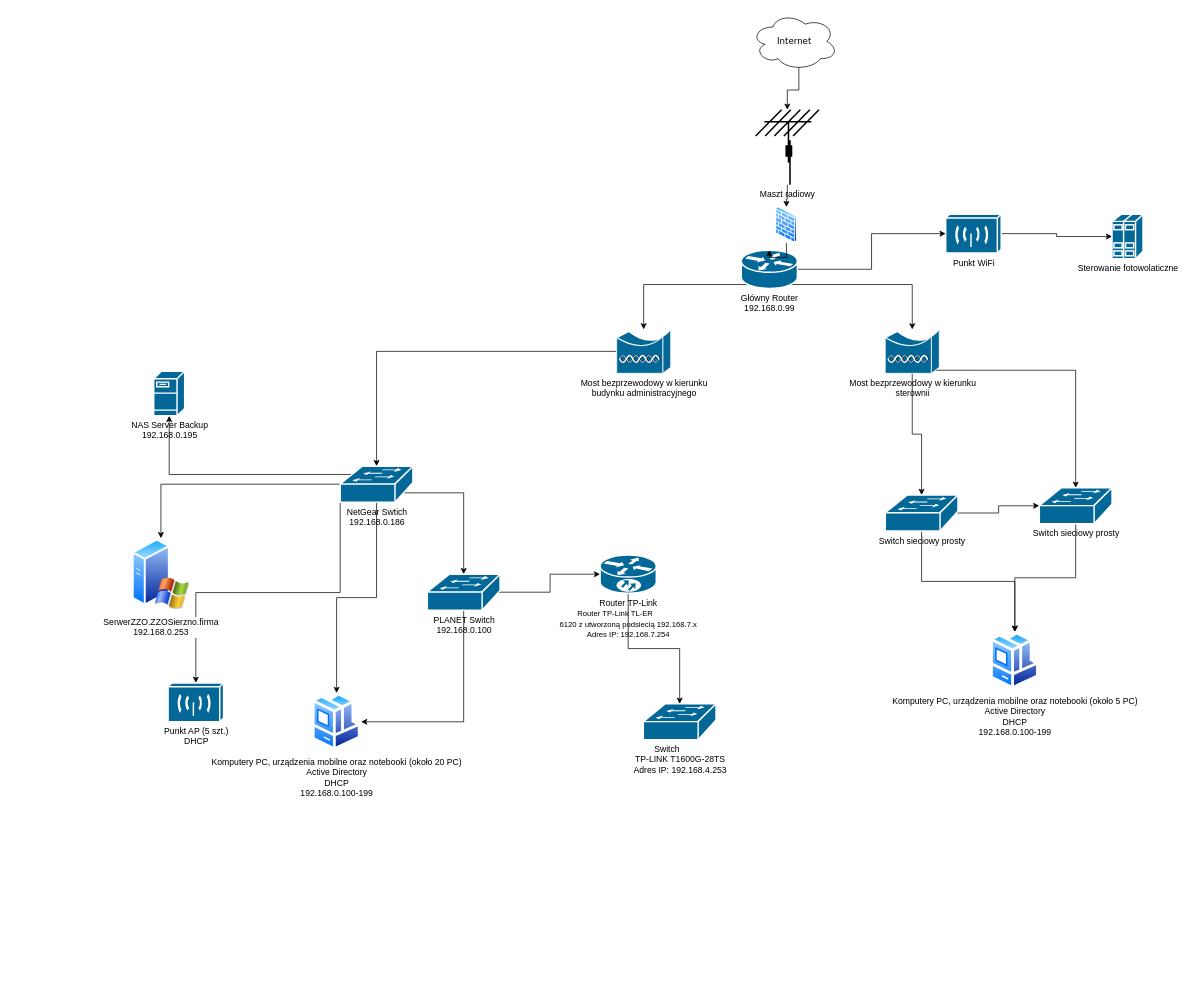
This is Untitled Diagram.drawio from chrzanekz/SysAdmin, a draw.io file, before an edit. Source tidied: cells renumbered, new cells numbered last; positions are measured from the earlier drawing's top-left corner, leaving out a move shared by most shapes. Both pictures are drawn from the tidied source at 72%, with x=0, y=0 at pixel (132, 12).
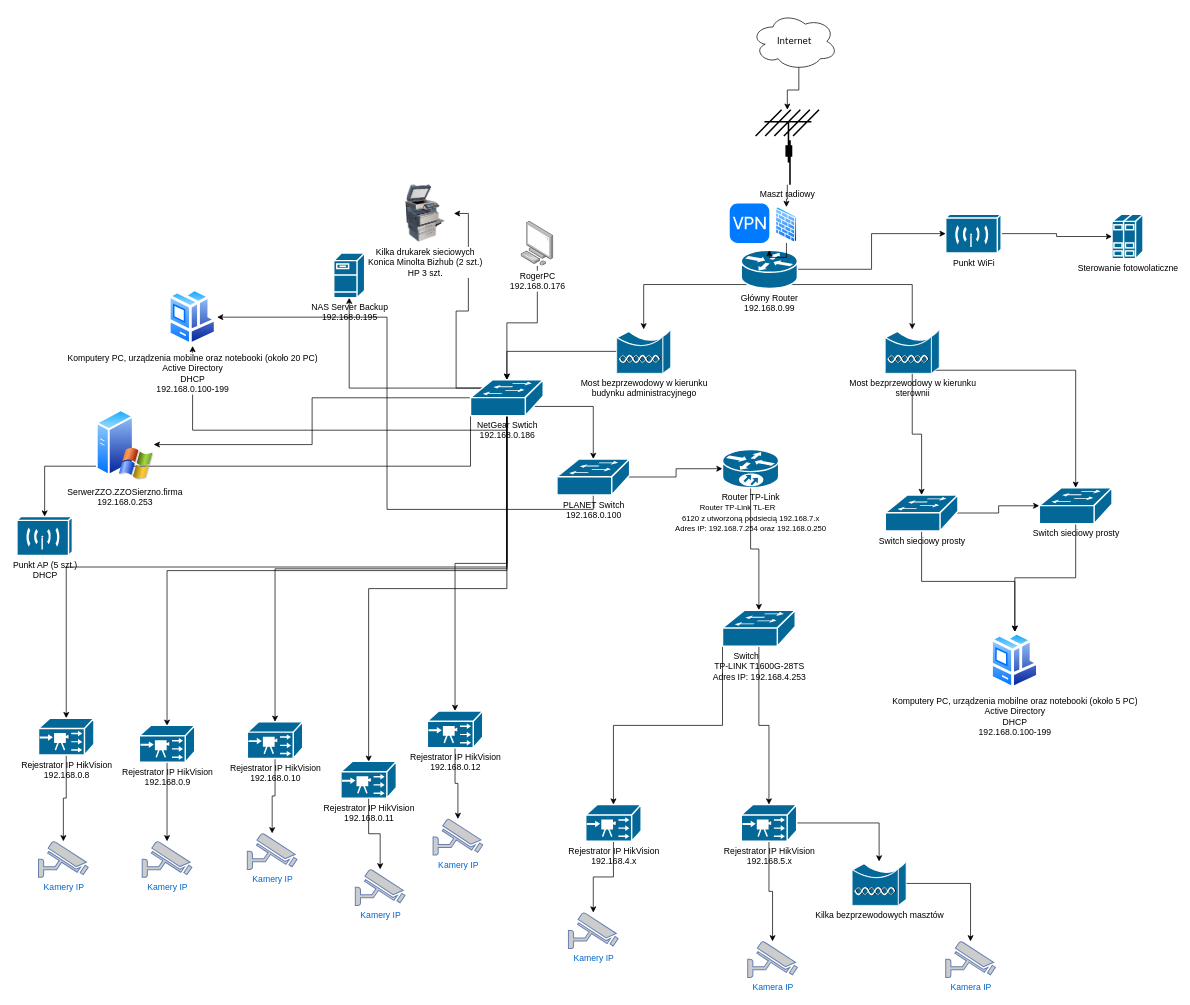
After the change.

Change to the diagram source:
```diff
@@
+    <mxCell id="42" style="edgeStyle=orthogonalEdgeStyle;rounded=0;jettySize=auto;html=1;exitX=0.5;exitY=0.98;exitDx=0;exitDy=0;exitPerimeter=0;" parent="1" edge="1" source="20" target="58">
+      <mxGeometry relative="1" as="geometry" />
+    </mxCell>
+    <mxCell id="43" style="edgeStyle=orthogonalEdgeStyle;rounded=0;jettySize=auto;html=1;exitX=0.5;exitY=0.98;exitDx=0;exitDy=0;exitPerimeter=0;entryX=0.5;entryY=0.01;entryDx=0;entryDy=0;entryPerimeter=0;" parent="1" edge="1" source="20" target="60">
+      <mxGeometry relative="1" as="geometry" />
+    </mxCell>
+    <mxCell id="44" style="edgeStyle=orthogonalEdgeStyle;rounded=0;jettySize=auto;html=1;exitX=0.5;exitY=0.98;exitDx=0;exitDy=0;exitPerimeter=0;" parent="1" edge="1" source="20" target="62">
+      <mxGeometry relative="1" as="geometry" />
+    </mxCell>
+    <mxCell id="45" style="edgeStyle=orthogonalEdgeStyle;rounded=0;jettySize=auto;html=1;exitX=0.5;exitY=0.98;exitDx=0;exitDy=0;exitPerimeter=0;entryX=0.5;entryY=0.01;entryDx=0;entryDy=0;entryPerimeter=0;" parent="1" edge="1" source="20" target="64">
+      <mxGeometry relative="1" as="geometry" />
+    </mxCell>
+    <mxCell id="46" style="edgeStyle=orthogonalEdgeStyle;rounded=0;jettySize=auto;html=1;exitX=0.5;exitY=0.98;exitDx=0;exitDy=0;exitPerimeter=0;" parent="1" edge="1" source="20" target="66">
+      <mxGeometry relative="1" as="geometry" />
+    </mxCell>
+    <mxCell id="47" style="edgeStyle=orthogonalEdgeStyle;rounded=0;jettySize=auto;html=1;exitX=0.16;exitY=0.23;exitDx=0;exitDy=0;exitPerimeter=0;entryX=1;entryY=0.5;entryDx=0;entryDy=0;" parent="1" edge="1" source="20" target="76">
+      <mxGeometry relative="1" as="geometry" />
+    </mxCell>
     <mxCell id="20" value="NetGear Swtich&lt;br&gt;192.168.0.186" style="shape=mxgraph.cisco.switches.workgroup_switch;sketch=0;html=1;dashed=0;fillColor=#036897;strokeColor=#ffffff;strokeWidth=2;verticalLabelPosition=bottom;verticalAlign=top;align=center;outlineConnect=0;" parent="1" vertex="1">
-      <mxGeometry x="289" y="630" width="101" height="50" as="geometry" />
+      <mxGeometry x="470" y="510" width="101" height="50" as="geometry" />
     </mxCell>
@@
     <mxCell id="23" value="PLANET Switch&lt;br&gt;192.168.0.100" style="shape=mxgraph.cisco.switches.workgroup_switch;sketch=0;html=1;dashed=0;fillColor=#036897;strokeColor=#ffffff;strokeWidth=2;verticalLabelPosition=bottom;verticalAlign=top;align=center;outlineConnect=0;" parent="1" vertex="1">
-      <mxGeometry x="410" y="780" width="101" height="50" as="geometry" />
+      <mxGeometry x="590" y="620" width="101" height="50" as="geometry" />
     </mxCell>
@@
     <mxCell id="29" value="SerwerZZO.ZZOSierzno.firma&lt;br&gt;192.168.0.253" style="image;perimeter=ellipsePerimeter;html=1;align=center;shadow=0;dashed=0;spacingTop=3;image=img/lib/active_directory/windows_server_2.svg;" parent="1" vertex="1">
-      <mxGeometry y="730" width="80" height="100" as="geometry" />
+      <mxGeometry x="-50" y="550" width="80" height="100" as="geometry" />
     </mxCell>
     <mxCell id="30" value="Komputery PC, urządzenia mobilne oraz notebooki (około 20 PC)&lt;br&gt;Active Directory&lt;br&gt;DHCP&lt;br&gt;192.168.0.100-199" style="image;perimeter=ellipsePerimeter;html=1;align=center;shadow=0;dashed=0;spacingTop=3;image=img/lib/active_directory/workstation_client.svg;" parent="1" vertex="1">
-      <mxGeometry x="250" y="945" width="68" height="80" as="geometry" />
+      <mxGeometry x="50" y="383" width="68" height="80" as="geometry" />
     </mxCell>
@@
     <mxCell id="35" value="NAS Server Backup&lt;br&gt;192.168.0.195" style="shape=mxgraph.cisco.servers.fileserver;sketch=0;html=1;dashed=0;fillColor=#036897;strokeColor=#ffffff;strokeWidth=2;verticalLabelPosition=bottom;verticalAlign=top;align=center;outlineConnect=0;" parent="1" vertex="1">
-      <mxGeometry x="30" y="498" width="43" height="62" as="geometry" />
+      <mxGeometry x="280" y="334" width="43" height="62" as="geometry" />
     </mxCell>
@@
-    <mxCell id="37" value="Router TP-Link&lt;br&gt;&lt;div style=&quot;language:pl;margin-top:0pt;margin-bottom:0pt;margin-left:&lt;br/&gt;.38in;text-indent:-.38in&quot; class=&quot;O0&quot;&gt;&lt;span style=&quot;font-size: 8pt; font-family: Calibri;&quot;&gt;Router TP-Link TL-ER&lt;br&gt;6120 z utworzoną podsiecią 192.168.7.x&lt;br&gt;&lt;/span&gt;&lt;span style=&quot;font-family: Calibri; font-size: 8pt; text-indent: -0.38in; background-color: initial;&quot;&gt;Adres IP: 192.168.7.254&lt;/span&gt;&lt;span style=&quot;font-size: 8pt; font-family: Calibri;&quot;&gt;&lt;br&gt;&lt;/span&gt;&lt;/div&gt;" style="shape=mxgraph.cisco.routers.10700;sketch=0;html=1;dashed=0;fillColor=#036897;strokeColor=#ffffff;strokeWidth=2;verticalLabelPosition=bottom;verticalAlign=top;align=center;outlineConnect=0;" parent="1" vertex="1">
-      <mxGeometry x="650" y="753.5" width="78" height="53" as="geometry" />
+    <mxCell id="37" value="Router TP-Link&lt;br&gt;&lt;div style=&quot;language:pl;margin-top:0pt;margin-bottom:0pt;margin-left:&lt;br/&gt;.38in;text-indent:-.38in&quot; class=&quot;O0&quot;&gt;&lt;span style=&quot;font-size: 8pt; font-family: Calibri;&quot;&gt;Router TP-Link TL-ER&lt;br&gt;6120 z utworzoną podsiecią 192.168.7.x&lt;br&gt;&lt;/span&gt;&lt;span style=&quot;font-family: Calibri; font-size: 8pt; text-indent: -0.38in; background-color: initial;&quot;&gt;Adres IP: 192.168.7.254 oraz 192.168.0.250&lt;/span&gt;&lt;span style=&quot;font-size: 8pt; font-family: Calibri;&quot;&gt;&lt;br&gt;&lt;/span&gt;&lt;/div&gt;" style="shape=mxgraph.cisco.routers.10700;sketch=0;html=1;dashed=0;fillColor=#036897;strokeColor=#ffffff;strokeWidth=2;verticalLabelPosition=bottom;verticalAlign=top;align=center;outlineConnect=0;" parent="1" vertex="1">
+      <mxGeometry x="820" y="607" width="78" height="53" as="geometry" />
     </mxCell>
+    <mxCell id="48" style="edgeStyle=orthogonalEdgeStyle;rounded=0;jettySize=auto;html=1;exitX=0;exitY=0.98;exitDx=0;exitDy=0;exitPerimeter=0;" parent="1" edge="1" source="38" target="51">
+      <mxGeometry relative="1" as="geometry" />
+    </mxCell>
+    <mxCell id="49" style="edgeStyle=orthogonalEdgeStyle;rounded=0;jettySize=auto;html=1;exitX=0.5;exitY=0.98;exitDx=0;exitDy=0;exitPerimeter=0;" parent="1" edge="1" source="38" target="54">
+      <mxGeometry relative="1" as="geometry" />
+    </mxCell>
     <mxCell id="38" value="&lt;div style=&quot;language:pl;margin-top:0pt;margin-bottom:0pt;margin-left:&lt;br/&gt;.38in;text-indent:-.38in&quot; class=&quot;O0&quot;&gt;Switch&lt;br&gt;TP-LINK T1600G-28TS&lt;br&gt;Adres IP: 192.168.4.253&lt;/div&gt;" style="shape=mxgraph.cisco.switches.workgroup_switch;sketch=0;html=1;dashed=0;fillColor=#036897;strokeColor=#ffffff;strokeWidth=2;verticalLabelPosition=bottom;verticalAlign=top;align=center;outlineConnect=0;" parent="1" vertex="1">
-      <mxGeometry x="710" y="960" width="101" height="50" as="geometry" />
+      <mxGeometry x="820" y="830" width="101" height="50" as="geometry" />
     </mxCell>
     <mxCell id="39" value="Punkt AP (5 szt.)&lt;br&gt;DHCP" style="shape=mxgraph.cisco.wireless.wireless_transport;sketch=0;html=1;dashed=0;fillColor=#036897;strokeColor=#ffffff;strokeWidth=2;verticalLabelPosition=bottom;verticalAlign=top;align=center;outlineConnect=0;" parent="1" vertex="1">
-      <mxGeometry x="50" y="931" width="77" height="54" as="geometry" />
+      <mxGeometry x="-160" y="700" width="77" height="54" as="geometry" />
     </mxCell>
@@
+    <mxCell id="50" style="edgeStyle=orthogonalEdgeStyle;rounded=0;jettySize=auto;html=1;" parent="1" edge="1" source="51" target="55">
+      <mxGeometry relative="1" as="geometry" />
+    </mxCell>
+    <mxCell id="51" value="Rejestrator IP HikVision&lt;br&gt;192.168.4.x" style="shape=mxgraph.cisco.servers.iptv_server;sketch=0;html=1;dashed=0;fillColor=#036897;strokeColor=#ffffff;strokeWidth=2;verticalLabelPosition=bottom;verticalAlign=top;align=center;outlineConnect=0;" parent="1" vertex="1">
+      <mxGeometry x="630" y="1100" width="77" height="51" as="geometry" />
+    </mxCell>
+    <mxCell id="52" style="edgeStyle=orthogonalEdgeStyle;rounded=0;jettySize=auto;html=1;" parent="1" edge="1" source="54" target="56">
+      <mxGeometry relative="1" as="geometry" />
+    </mxCell>
+    <mxCell id="53" style="edgeStyle=orthogonalEdgeStyle;rounded=0;jettySize=auto;html=1;exitX=1;exitY=0.5;exitDx=0;exitDy=0;exitPerimeter=0;" parent="1" edge="1" source="54" target="73">
+      <mxGeometry relative="1" as="geometry" />
+    </mxCell>
+    <mxCell id="54" value="Rejestrator IP HikVision&lt;br&gt;192.168.5.x&lt;br&gt;" style="shape=mxgraph.cisco.servers.iptv_server;sketch=0;html=1;dashed=0;fillColor=#036897;strokeColor=#ffffff;strokeWidth=2;verticalLabelPosition=bottom;verticalAlign=top;align=center;outlineConnect=0;" parent="1" vertex="1">
+      <mxGeometry x="846" y="1100" width="77" height="51" as="geometry" />
+    </mxCell>
+    <mxCell id="55" value="Kamery IP" style="fontColor=#0066CC;verticalAlign=top;verticalLabelPosition=bottom;labelPosition=center;align=center;html=1;outlineConnect=0;fillColor=#CCCCCC;strokeColor=#6881B3;gradientColor=none;gradientDirection=north;strokeWidth=2;shape=mxgraph.networks.security_camera;" parent="1" vertex="1">
+      <mxGeometry x="606" y="1250" width="69" height="50" as="geometry" />
+    </mxCell>
+    <mxCell id="56" value="Kamera IP&lt;br&gt;" style="fontColor=#0066CC;verticalAlign=top;verticalLabelPosition=bottom;labelPosition=center;align=center;html=1;outlineConnect=0;fillColor=#CCCCCC;strokeColor=#6881B3;gradientColor=none;gradientDirection=north;strokeWidth=2;shape=mxgraph.networks.security_camera;" parent="1" vertex="1">
+      <mxGeometry x="855" y="1290" width="69" height="50" as="geometry" />
+    </mxCell>
+    <mxCell id="57" style="edgeStyle=orthogonalEdgeStyle;rounded=0;jettySize=auto;html=1;" parent="1" edge="1" source="58" target="67">
+      <mxGeometry relative="1" as="geometry" />
+    </mxCell>
+    <mxCell id="58" value="Rejestrator IP HikVision&lt;br&gt;192.168.0.8" style="shape=mxgraph.cisco.servers.iptv_server;sketch=0;html=1;dashed=0;fillColor=#036897;strokeColor=#ffffff;strokeWidth=2;verticalLabelPosition=bottom;verticalAlign=top;align=center;outlineConnect=0;" parent="1" vertex="1">
+      <mxGeometry x="-130" y="980" width="77" height="51" as="geometry" />
+    </mxCell>
+    <mxCell id="59" style="edgeStyle=orthogonalEdgeStyle;rounded=0;jettySize=auto;html=1;" parent="1" edge="1" source="60" target="68">
+      <mxGeometry relative="1" as="geometry" />
+    </mxCell>
+    <mxCell id="60" value="Rejestrator IP HikVision&lt;br&gt;192.168.0.9" style="shape=mxgraph.cisco.servers.iptv_server;sketch=0;html=1;dashed=0;fillColor=#036897;strokeColor=#ffffff;strokeWidth=2;verticalLabelPosition=bottom;verticalAlign=top;align=center;outlineConnect=0;" parent="1" vertex="1">
+      <mxGeometry x="10" y="990" width="77" height="51" as="geometry" />
+    </mxCell>
+    <mxCell id="61" style="edgeStyle=orthogonalEdgeStyle;rounded=0;jettySize=auto;html=1;" parent="1" edge="1" source="62" target="69">
+      <mxGeometry relative="1" as="geometry" />
+    </mxCell>
+    <mxCell id="62" value="Rejestrator IP HikVision&lt;br&gt;192.168.0.10" style="shape=mxgraph.cisco.servers.iptv_server;sketch=0;html=1;dashed=0;fillColor=#036897;strokeColor=#ffffff;strokeWidth=2;verticalLabelPosition=bottom;verticalAlign=top;align=center;outlineConnect=0;" parent="1" vertex="1">
+      <mxGeometry x="160" y="985" width="77" height="51" as="geometry" />
+    </mxCell>
+    <mxCell id="63" style="edgeStyle=orthogonalEdgeStyle;rounded=0;jettySize=auto;html=1;" parent="1" edge="1" source="64" target="70">
+      <mxGeometry relative="1" as="geometry" />
+    </mxCell>
+    <mxCell id="64" value="Rejestrator IP HikVision&lt;br&gt;192.168.0.11" style="shape=mxgraph.cisco.servers.iptv_server;sketch=0;html=1;dashed=0;fillColor=#036897;strokeColor=#ffffff;strokeWidth=2;verticalLabelPosition=bottom;verticalAlign=top;align=center;outlineConnect=0;" parent="1" vertex="1">
+      <mxGeometry x="290" y="1040" width="77" height="51" as="geometry" />
+    </mxCell>
+    <mxCell id="65" style="edgeStyle=orthogonalEdgeStyle;rounded=0;jettySize=auto;html=1;" parent="1" edge="1" source="66" target="71">
+      <mxGeometry relative="1" as="geometry" />
+    </mxCell>
+    <mxCell id="66" value="Rejestrator IP HikVision&lt;br&gt;192.168.0.12" style="shape=mxgraph.cisco.servers.iptv_server;sketch=0;html=1;dashed=0;fillColor=#036897;strokeColor=#ffffff;strokeWidth=2;verticalLabelPosition=bottom;verticalAlign=top;align=center;outlineConnect=0;" parent="1" vertex="1">
+      <mxGeometry x="410" y="970" width="77" height="51" as="geometry" />
+    </mxCell>
+    <mxCell id="67" value="Kamery IP" style="fontColor=#0066CC;verticalAlign=top;verticalLabelPosition=bottom;labelPosition=center;align=center;html=1;outlineConnect=0;fillColor=#CCCCCC;strokeColor=#6881B3;gradientColor=none;gradientDirection=north;strokeWidth=2;shape=mxgraph.networks.security_camera;" parent="1" vertex="1">
+      <mxGeometry x="-130" y="1151" width="69" height="50" as="geometry" />
+    </mxCell>
+    <mxCell id="68" value="Kamery IP" style="fontColor=#0066CC;verticalAlign=top;verticalLabelPosition=bottom;labelPosition=center;align=center;html=1;outlineConnect=0;fillColor=#CCCCCC;strokeColor=#6881B3;gradientColor=none;gradientDirection=north;strokeWidth=2;shape=mxgraph.networks.security_camera;" parent="1" vertex="1">
+      <mxGeometry x="14" y="1151" width="69" height="50" as="geometry" />
+    </mxCell>
+    <mxCell id="69" value="Kamery IP" style="fontColor=#0066CC;verticalAlign=top;verticalLabelPosition=bottom;labelPosition=center;align=center;html=1;outlineConnect=0;fillColor=#CCCCCC;strokeColor=#6881B3;gradientColor=none;gradientDirection=north;strokeWidth=2;shape=mxgraph.networks.security_camera;" parent="1" vertex="1">
+      <mxGeometry x="160" y="1140" width="69" height="50" as="geometry" />
+    </mxCell>
+    <mxCell id="70" value="Kamery IP" style="fontColor=#0066CC;verticalAlign=top;verticalLabelPosition=bottom;labelPosition=center;align=center;html=1;outlineConnect=0;fillColor=#CCCCCC;strokeColor=#6881B3;gradientColor=none;gradientDirection=north;strokeWidth=2;shape=mxgraph.networks.security_camera;" parent="1" vertex="1">
+      <mxGeometry x="310" y="1190" width="69" height="50" as="geometry" />
+    </mxCell>
+    <mxCell id="71" value="Kamery IP" style="fontColor=#0066CC;verticalAlign=top;verticalLabelPosition=bottom;labelPosition=center;align=center;html=1;outlineConnect=0;fillColor=#CCCCCC;strokeColor=#6881B3;gradientColor=none;gradientDirection=north;strokeWidth=2;shape=mxgraph.networks.security_camera;" parent="1" vertex="1">
+      <mxGeometry x="418" y="1120" width="69" height="50" as="geometry" />
+    </mxCell>
+    <mxCell id="72" style="edgeStyle=orthogonalEdgeStyle;rounded=0;jettySize=auto;html=1;exitX=1;exitY=0.5;exitDx=0;exitDy=0;exitPerimeter=0;" parent="1" edge="1" source="73" target="74">
+      <mxGeometry relative="1" as="geometry" />
+    </mxCell>
+    <mxCell id="73" value="Kilka bezprzewodowych masztów" style="shape=mxgraph.cisco.wireless.wireless_bridge;sketch=0;html=1;dashed=0;fillColor=#036897;strokeColor=#ffffff;strokeWidth=2;verticalLabelPosition=bottom;verticalAlign=top;align=center;outlineConnect=0;" parent="1" vertex="1">
+      <mxGeometry x="1000" y="1179" width="75" height="61" as="geometry" />
+    </mxCell>
+    <mxCell id="74" value="Kamera IP&lt;br&gt;" style="fontColor=#0066CC;verticalAlign=top;verticalLabelPosition=bottom;labelPosition=center;align=center;html=1;outlineConnect=0;fillColor=#CCCCCC;strokeColor=#6881B3;gradientColor=none;gradientDirection=north;strokeWidth=2;shape=mxgraph.networks.security_camera;" parent="1" vertex="1">
+      <mxGeometry x="1130" y="1290" width="69" height="50" as="geometry" />
+    </mxCell>
+    <mxCell id="75" style="html=1;strokeWidth=1;shadow=0;dashed=0;shape=mxgraph.ios7.misc.vpn;fillColor=#007AFF;strokeColor=none;buttonText=;strokeColor2=#222222;fontColor=#222222;fontSize=8;verticalLabelPosition=bottom;verticalAlign=top;align=center;sketch=0;" parent="1" vertex="1">
+      <mxGeometry x="830" y="265" width="55" height="55" as="geometry" />
+    </mxCell>
+    <mxCell id="76" value="Kilka drukarek sieciowych&lt;br&gt;Konica Minolta Bizhub (2 szt.)&lt;br&gt;HP 3 szt." style="image;html=1;image=img/lib/clip_art/computers/Printer_Commercial_128x128.png;" parent="1" vertex="1">
+      <mxGeometry x="367" y="239" width="80" height="80" as="geometry" />
+    </mxCell>
+    <mxCell id="77" style="edgeStyle=orthogonalEdgeStyle;rounded=0;jettySize=auto;html=1;" parent="1" edge="1" source="78" target="20">
+      <mxGeometry relative="1" as="geometry" />
+    </mxCell>
+    <mxCell id="78" value="RogerPC&lt;br&gt;192.168.0.176&lt;br&gt;" style="image;points=[];html=1;align=center;shadow=0;dashed=0;image=img/lib/allied_telesis/computer_and_terminals/Personal_Computer.svg;" parent="1" vertex="1">
+      <mxGeometry x="540" y="290" width="45.6" height="61.8" as="geometry" />
+    </mxCell>
```
